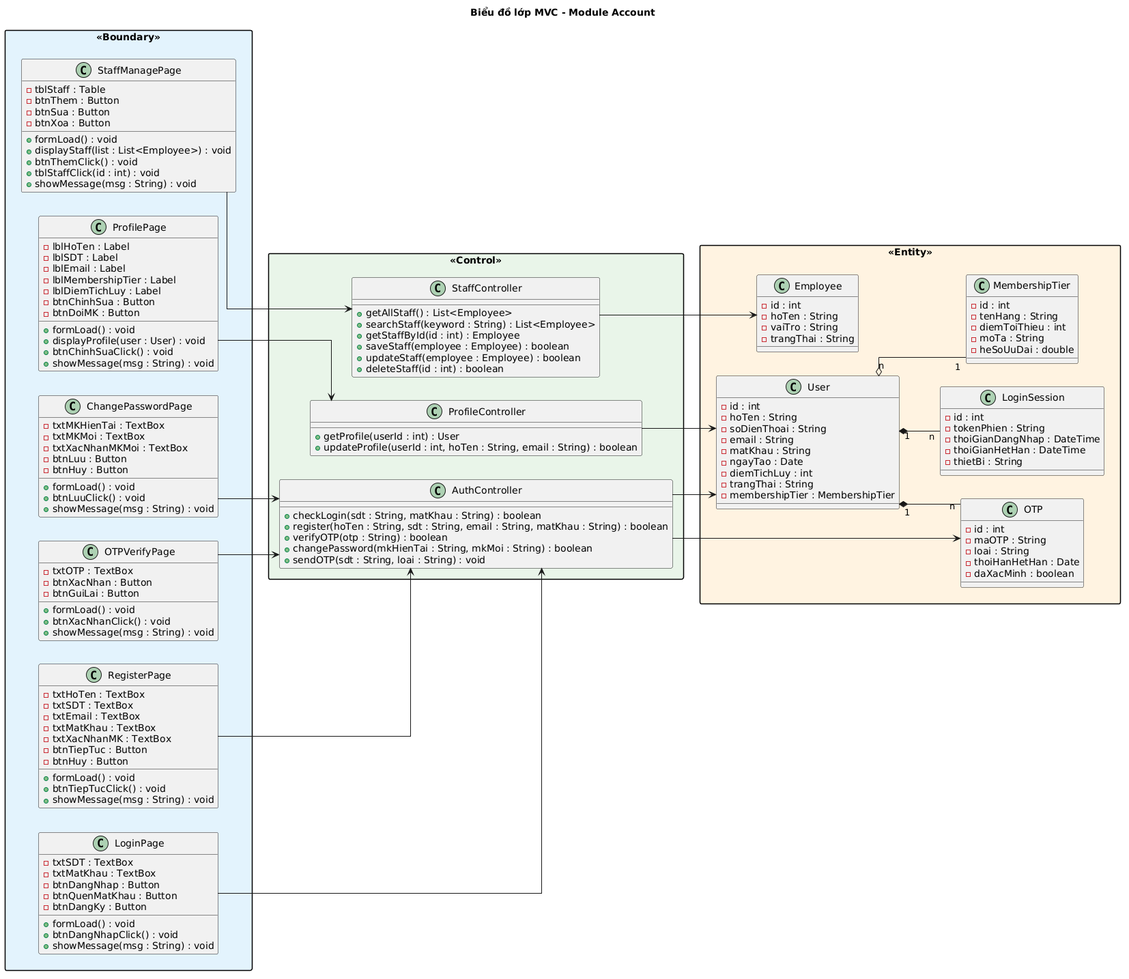
Earlier version of the PlantUML export docs/tabs/images/account/account_mvc_class.png (thanhtrnnn/cnpm). Source of this version:
```plantuml
@startuml
title Biểu đồ lớp MVC - Module Account

left to right direction
skinparam linetype ortho
skinparam packageStyle rectangle
skinparam packageMaxWidth 800

package "<<Boundary>>" #E3F2FD {
  together {
    class LoginPage {
      -txtSDT : TextBox
      -txtMatKhau : TextBox
      -btnDangNhap : Button
      -btnQuenMatKhau : Button
      -btnDangKy : Button
      +formLoad() : void
      +btnDangNhapClick() : void
      +showMessage(msg : String) : void
    }
    class RegisterPage {
      -txtHoTen : TextBox
      -txtSDT : TextBox
      -txtEmail : TextBox
      -txtMatKhau : TextBox
      -txtXacNhanMK : TextBox
      -btnTiepTuc : Button
      -btnHuy : Button
      +formLoad() : void
      +btnTiepTucClick() : void
      +showMessage(msg : String) : void
    }
    class OTPVerifyPage {
      -txtOTP : TextBox
      -btnXacNhan : Button
      -btnGuiLai : Button
      +formLoad() : void
      +btnXacNhanClick() : void
      +showMessage(msg : String) : void
    }
  }
  together {
    class ChangePasswordPage {
      -txtMKHienTai : TextBox
      -txtMKMoi : TextBox
      -txtXacNhanMKMoi : TextBox
      -btnLuu : Button
      -btnHuy : Button
      +formLoad() : void
      +btnLuuClick() : void
      +showMessage(msg : String) : void
    }
    class ProfilePage {
      -lblHoTen : Label
      -lblSDT : Label
      -lblEmail : Label
      -lblMembershipTier : Label
      -lblDiemTichLuy : Label
      -btnChinhSua : Button
      -btnDoiMK : Button
      +formLoad() : void
      +displayProfile(user : User) : void
      +btnChinhSuaClick() : void
      +showMessage(msg : String) : void
    }
    class StaffManagePage {
      -tblStaff : Table
      -btnThem : Button
      -btnSua : Button
      -btnXoa : Button
      +formLoad() : void
      +displayStaff(list : List<Employee>) : void
      +btnThemClick() : void
      +tblStaffClick(id : int) : void
      +showMessage(msg : String) : void
    }
  }
}

package "<<Control>>" #E8F5E9 {
  class AuthController {
    +checkLogin(sdt : String, matKhau : String) : boolean
    +register(hoTen : String, sdt : String, email : String, matKhau : String) : boolean
    +verifyOTP(otp : String) : boolean
    +changePassword(mkHienTai : String, mkMoi : String) : boolean
    +sendOTP(sdt : String, loai : String) : void
  }
  class ProfileController {
    +getProfile(userId : int) : User
    +updateProfile(userId : int, hoTen : String, email : String) : boolean
  }
  class StaffController {
    +getAllStaff() : List<Employee>
    +searchStaff(keyword : String) : List<Employee>
    +getStaffById(id : int) : Employee
    +saveStaff(employee : Employee) : boolean
    +updateStaff(employee : Employee) : boolean
    +deleteStaff(id : int) : boolean
  }
}

package "<<Entity>>" #FFF3E0 {
  together {
    class User {
      -id : int
      -hoTen : String
      -soDienThoai : String
      -email : String
      -matKhau : String
      -ngayTao : Date
      -diemTichLuy : int
      -trangThai : String
      -membershipTier : MembershipTier
    }
    class MembershipTier {
      -id : int
      -tenHang : String
      -diemToiThieu : int
      -moTa : String
      -heSoUuDai : double
    }
    class OTP {
      -id : int
      -maOTP : String
      -loai : String
      -thoiHanHetHan : Date
      -daXacMinh : boolean
    }
    class LoginSession {
      -id : int
      -tokenPhien : String
      -thoiGianDangNhap : DateTime
      -thoiGianHetHan : DateTime
      -thietBi : String
    }
    class Employee {
      -id : int
      -hoTen : String
      -vaiTro : String
      -trangThai : String
    }
  }
}

LoginPage --> AuthController
RegisterPage --> AuthController
OTPVerifyPage --> AuthController
ChangePasswordPage --> AuthController
ProfilePage --> ProfileController
StaffManagePage --> StaffController

AuthController --> User
AuthController --> OTP
ProfileController --> User
StaffController --> Employee

User "n" o-- "1" MembershipTier
User "1" *-- "n" OTP
User "1" *-- "n" LoginSession
@enduml
```
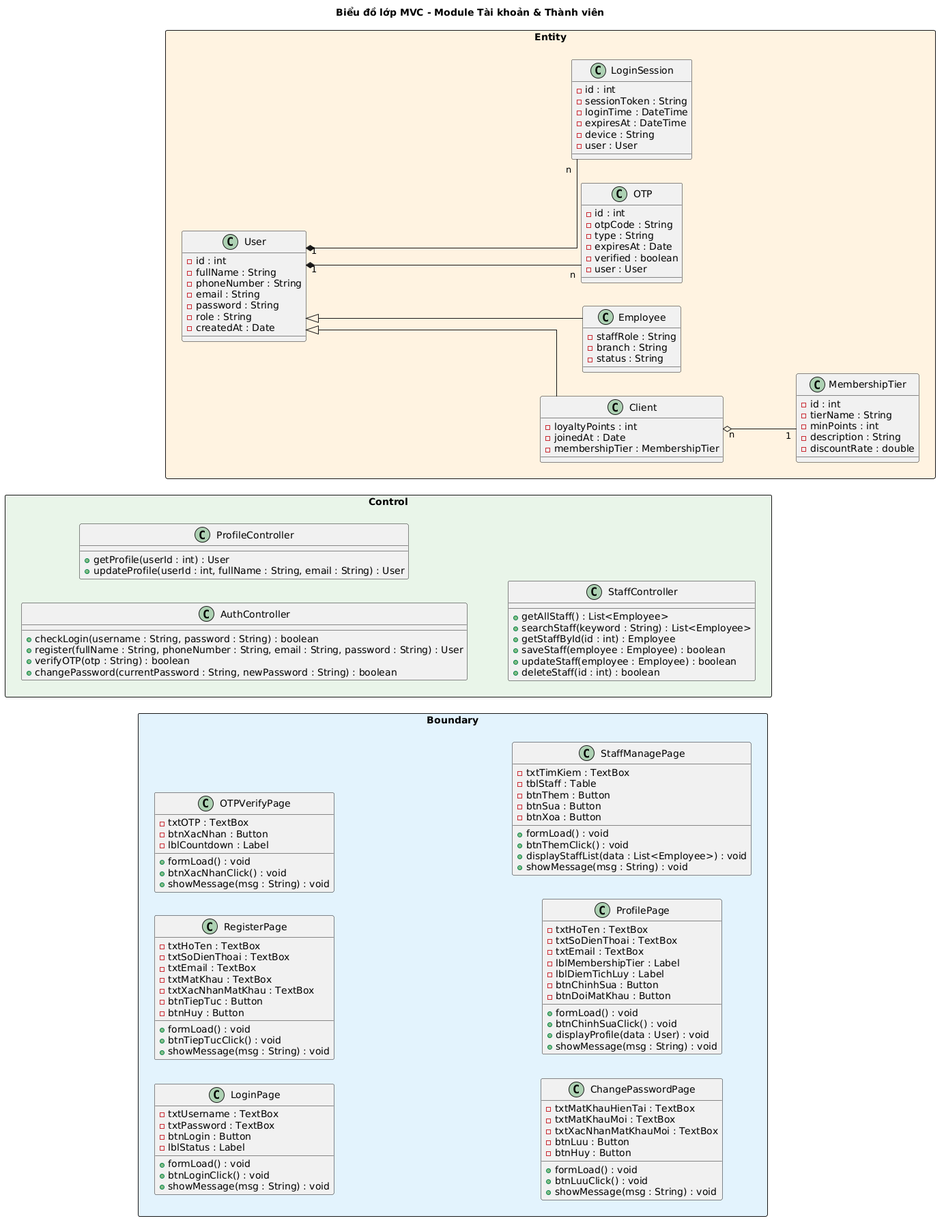
After the commit.

Commit message:
fix: account Phase III logic consistency + DOCX heading/numbering

Change to the diagram source:
```diff
@@ -1,160 +1,166 @@
 @startuml
-title Biểu đồ lớp MVC - Module Account
+title Biểu đồ lớp MVC - Module Tài khoản & Thành viên
 
 left to right direction
 skinparam linetype ortho
 skinparam packageStyle rectangle
 skinparam packageMaxWidth 800
 
-package "<<Boundary>>" #E3F2FD {
+package "Boundary" <<Rectangle>> #E3F2FD {
   together {
     class LoginPage {
-      -txtSDT : TextBox
-      -txtMatKhau : TextBox
-      -btnDangNhap : Button
-      -btnQuenMatKhau : Button
-      -btnDangKy : Button
+      -txtUsername : TextBox
+      -txtPassword : TextBox
+      -btnLogin : Button
+      -lblStatus : Label
       +formLoad() : void
-      +btnDangNhapClick() : void
+      +btnLoginClick() : void
       +showMessage(msg : String) : void
     }
+
     class RegisterPage {
       -txtHoTen : TextBox
-      -txtSDT : TextBox
+      -txtSoDienThoai : TextBox
       -txtEmail : TextBox
       -txtMatKhau : TextBox
-      -txtXacNhanMK : TextBox
+      -txtXacNhanMatKhau : TextBox
       -btnTiepTuc : Button
       -btnHuy : Button
       +formLoad() : void
       +btnTiepTucClick() : void
       +showMessage(msg : String) : void
     }
+
     class OTPVerifyPage {
       -txtOTP : TextBox
       -btnXacNhan : Button
-      -btnGuiLai : Button
+      -lblCountdown : Label
       +formLoad() : void
       +btnXacNhanClick() : void
       +showMessage(msg : String) : void
     }
   }
+
   together {
     class ChangePasswordPage {
-      -txtMKHienTai : TextBox
-      -txtMKMoi : TextBox
-      -txtXacNhanMKMoi : TextBox
+      -txtMatKhauHienTai : TextBox
+      -txtMatKhauMoi : TextBox
+      -txtXacNhanMatKhauMoi : TextBox
       -btnLuu : Button
       -btnHuy : Button
       +formLoad() : void
       +btnLuuClick() : void
       +showMessage(msg : String) : void
     }
+
     class ProfilePage {
-      -lblHoTen : Label
-      -lblSDT : Label
-      -lblEmail : Label
+      -txtHoTen : TextBox
+      -txtSoDienThoai : TextBox
+      -txtEmail : TextBox
       -lblMembershipTier : Label
       -lblDiemTichLuy : Label
       -btnChinhSua : Button
-      -btnDoiMK : Button
+      -btnDoiMatKhau : Button
       +formLoad() : void
-      +displayProfile(user : User) : void
       +btnChinhSuaClick() : void
+      +displayProfile(data : User) : void
       +showMessage(msg : String) : void
     }
+
     class StaffManagePage {
+      -txtTimKiem : TextBox
       -tblStaff : Table
       -btnThem : Button
       -btnSua : Button
       -btnXoa : Button
       +formLoad() : void
-      +displayStaff(list : List<Employee>) : void
       +btnThemClick() : void
-      +tblStaffClick(id : int) : void
+      +displayStaffList(data : List<Employee>) : void
       +showMessage(msg : String) : void
     }
   }
 }
 
-package "<<Control>>" #E8F5E9 {
-  class AuthController {
-    +checkLogin(sdt : String, matKhau : String) : boolean
-    +register(hoTen : String, sdt : String, email : String, matKhau : String) : boolean
-    +verifyOTP(otp : String) : boolean
-    +changePassword(mkHienTai : String, mkMoi : String) : boolean
-    +sendOTP(sdt : String, loai : String) : void
-  }
-  class ProfileController {
-    +getProfile(userId : int) : User
-    +updateProfile(userId : int, hoTen : String, email : String) : boolean
-  }
-  class StaffController {
-    +getAllStaff() : List<Employee>
-    +searchStaff(keyword : String) : List<Employee>
-    +getStaffById(id : int) : Employee
-    +saveStaff(employee : Employee) : boolean
-    +updateStaff(employee : Employee) : boolean
-    +deleteStaff(id : int) : boolean
-  }
-}
+package "Control" <<Rectangle>> #E8F5E9 {
+  together {
+    class AuthController {
+      +checkLogin(username : String, password : String) : boolean
+      +register(fullName : String, phoneNumber : String, email : String, password : String) : User
+      +verifyOTP(otp : String) : boolean
+      +changePassword(currentPassword : String, newPassword : String) : boolean
+    }
 
-package "<<Entity>>" #FFF3E0 {
-  together {
-    class User {
-      -id : int
-      -hoTen : String
-      -soDienThoai : String
-      -email : String
-      -matKhau : String
-      -ngayTao : Date
-      -diemTichLuy : int
-      -trangThai : String
-      -membershipTier : MembershipTier
+    class ProfileController {
+      +getProfile(userId : int) : User
+      +updateProfile(userId : int, fullName : String, email : String) : User
     }
-    class MembershipTier {
-      -id : int
-      -tenHang : String
-      -diemToiThieu : int
-      -moTa : String
-      -heSoUuDai : double
-    }
-    class OTP {
-      -id : int
-      -maOTP : String
-      -loai : String
-      -thoiHanHetHan : Date
-      -daXacMinh : boolean
-    }
-    class LoginSession {
-      -id : int
-      -tokenPhien : String
-      -thoiGianDangNhap : DateTime
-      -thoiGianHetHan : DateTime
-      -thietBi : String
-    }
-    class Employee {
-      -id : int
-      -hoTen : String
-      -vaiTro : String
-      -trangThai : String
+
+    class StaffController {
+      +getAllStaff() : List<Employee>
+      +searchStaff(keyword : String) : List<Employee>
+      +getStaffById(id : int) : Employee
+      +saveStaff(employee : Employee) : boolean
+      +updateStaff(employee : Employee) : boolean
+      +deleteStaff(id : int) : boolean
     }
   }
 }
 
-LoginPage --> AuthController
-RegisterPage --> AuthController
-OTPVerifyPage --> AuthController
-ChangePasswordPage --> AuthController
-ProfilePage --> ProfileController
-StaffManagePage --> StaffController
+package "Entity" <<Rectangle>> #FFF3E0 {
+  together {
+    class User {
+      -id : int
+      -fullName : String
+      -phoneNumber : String
+      -email : String
+      -password : String
+      -role : String
+      -createdAt : Date
+    }
 
-AuthController --> User
-AuthController --> OTP
-ProfileController --> User
-StaffController --> Employee
+    class Client {
+      -loyaltyPoints : int
+      -joinedAt : Date
+      -membershipTier : MembershipTier
+    }
 
-User "n" o-- "1" MembershipTier
+    class Employee {
+      -staffRole : String
+      -branch : String
+      -status : String
+    }
+
+    class MembershipTier {
+      -id : int
+      -tierName : String
+      -minPoints : int
+      -description : String
+      -discountRate : double
+    }
+
+    class OTP {
+      -id : int
+      -otpCode : String
+      -type : String
+      -expiresAt : Date
+      -verified : boolean
+      -user : User
+    }
+
+    class LoginSession {
+      -id : int
+      -sessionToken : String
+      -loginTime : DateTime
+      -expiresAt : DateTime
+      -device : String
+      -user : User
+    }
+  }
+}
+
+User <|-- Client
+User <|-- Employee
 User "1" *-- "n" OTP
 User "1" *-- "n" LoginSession
+Client "n" o-- "1" MembershipTier
 @enduml
```
